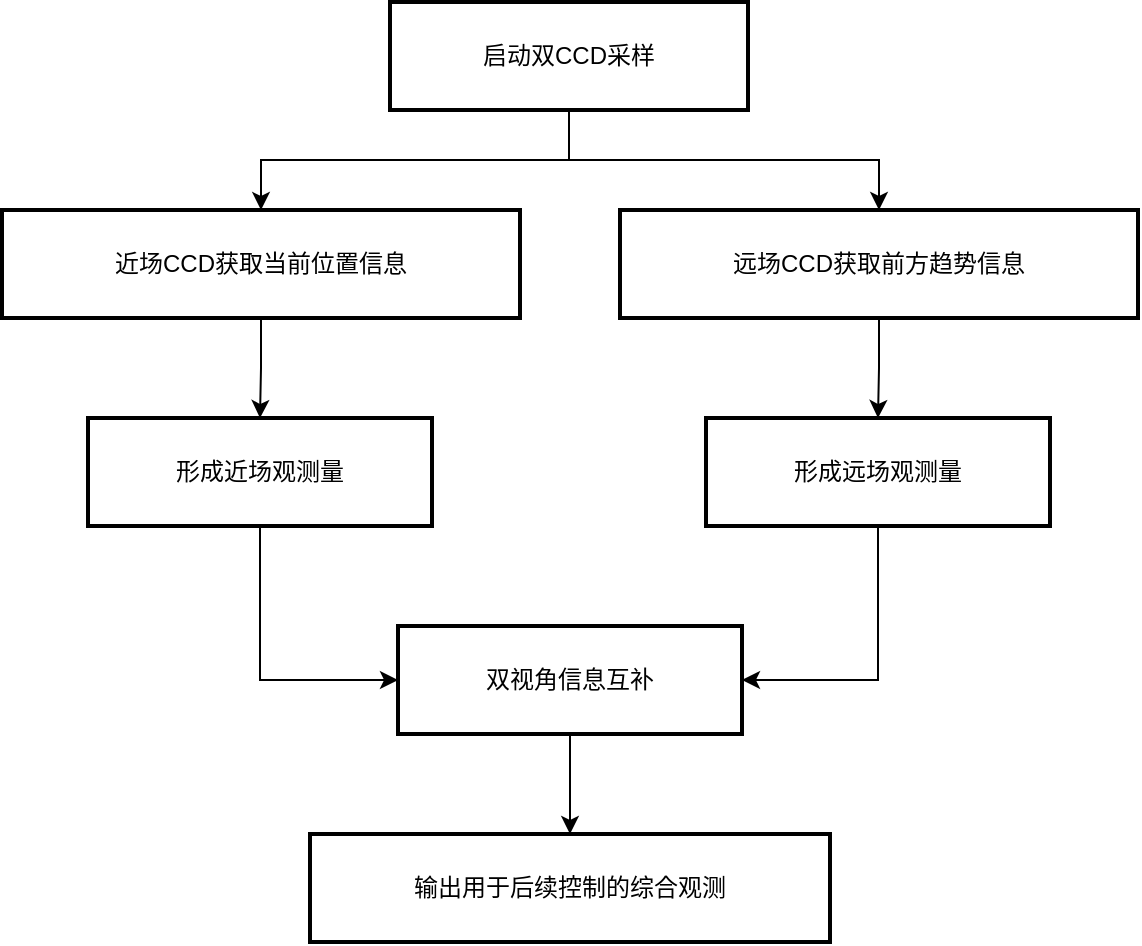
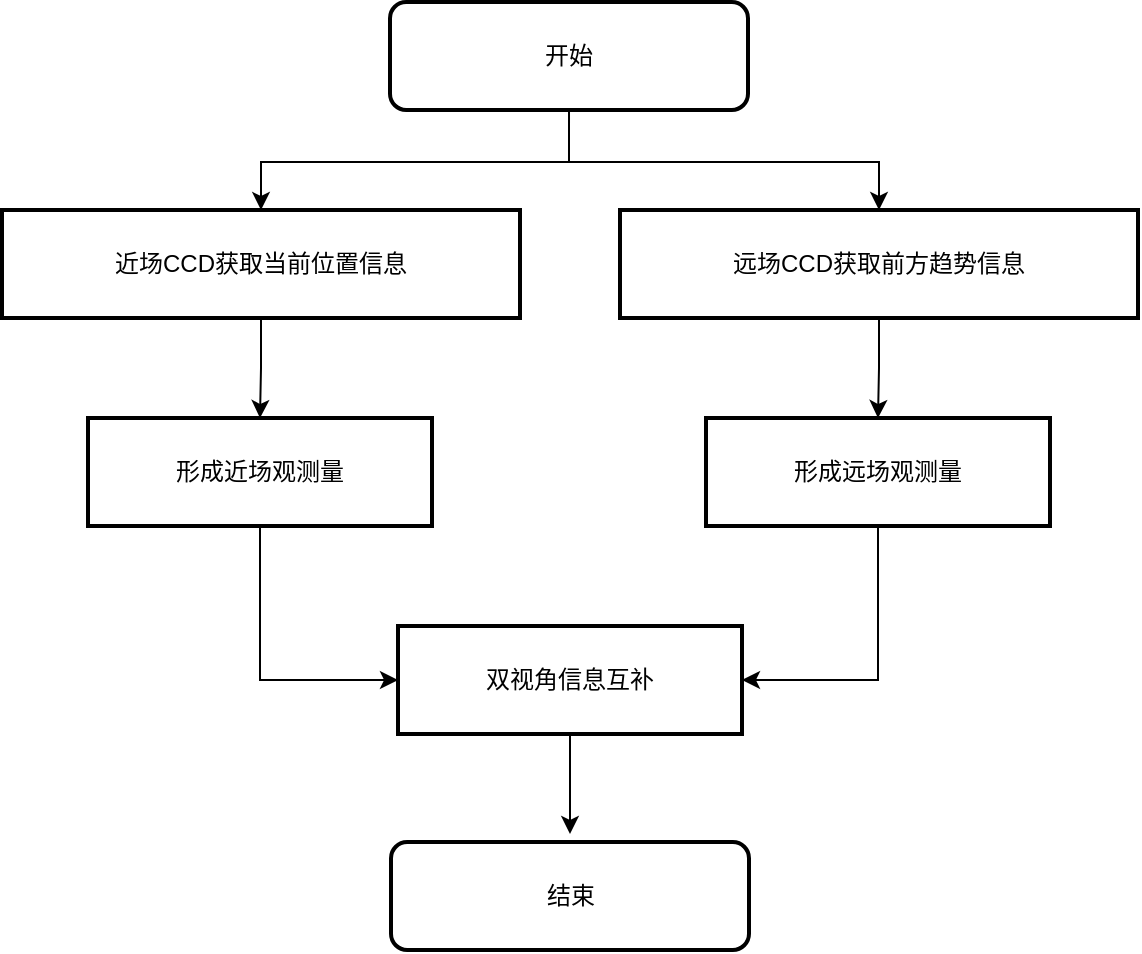
<mxfile host="app.diagrams.net">
  <diagram name="第 1 页" id="ZZROomGxAjZNVAIiVtHU">
-     <mxGraphModel dx="964" dy="557" grid="1" gridSize="10" guides="1" tooltips="1" connect="1" arrows="1" fold="1" page="1" pageScale="1" pageWidth="827" pageHeight="1169" math="0" shadow="0">
+     <mxGraphModel dx="673" dy="377" grid="1" gridSize="10" guides="1" tooltips="1" connect="1" arrows="1" fold="1" page="1" pageScale="1" pageWidth="827" pageHeight="1169" math="0" shadow="0">
      <root>
        <mxCell id="0" />
        <mxCell id="1" parent="0" />
-         <mxCell id="Fyv5tgcPW2UnVRiNs2Lm-20" edge="1" parent="1" source="Fyv5tgcPW2UnVRiNs2Lm-1" style="edgeStyle=orthogonalEdgeStyle;rounded=0;orthogonalLoop=1;jettySize=auto;html=1;entryX=0.5;entryY=0;entryDx=0;entryDy=0;" target="Fyv5tgcPW2UnVRiNs2Lm-2">
-           <mxGeometry relative="1" as="geometry" />
+         <mxCell id="Fyv5tgcPW2UnVRiNs2Lm-20" edge="1" parent="1" style="edgeStyle=orthogonalEdgeStyle;rounded=0;orthogonalLoop=1;jettySize=auto;html=1;entryX=0.5;entryY=0;entryDx=0;entryDy=0;" target="Fyv5tgcPW2UnVRiNs2Lm-2">
+           <mxGeometry relative="1" as="geometry">
+             <Array as="points">
+               <mxPoint x="304" y="100" />
+               <mxPoint x="150" y="100" />
+             </Array>
+             <mxPoint x="303.504" y="74" as="sourcePoint" />
+           </mxGeometry>
        </mxCell>
-         <mxCell id="Fyv5tgcPW2UnVRiNs2Lm-21" edge="1" parent="1" source="Fyv5tgcPW2UnVRiNs2Lm-1" style="edgeStyle=orthogonalEdgeStyle;rounded=0;orthogonalLoop=1;jettySize=auto;html=1;entryX=0.5;entryY=0;entryDx=0;entryDy=0;" target="Fyv5tgcPW2UnVRiNs2Lm-3">
-           <mxGeometry relative="1" as="geometry" />
-         </mxCell>
-         <mxCell id="Fyv5tgcPW2UnVRiNs2Lm-1" parent="1" style="whiteSpace=wrap;strokeWidth=2;fillColor=none;" value="启动双CCD采样" vertex="1">
-           <mxGeometry height="54" width="179" x="214" y="20" as="geometry" />
+         <mxCell id="Fyv5tgcPW2UnVRiNs2Lm-21" edge="1" parent="1" style="edgeStyle=orthogonalEdgeStyle;rounded=0;orthogonalLoop=1;jettySize=auto;html=1;entryX=0.5;entryY=0;entryDx=0;entryDy=0;" target="Fyv5tgcPW2UnVRiNs2Lm-3">
+           <mxGeometry relative="1" as="geometry">
+             <Array as="points">
+               <mxPoint x="304" y="100" />
+               <mxPoint x="459" y="100" />
+             </Array>
+             <mxPoint x="303.504" y="74" as="sourcePoint" />
+           </mxGeometry>
        </mxCell>
        <mxCell id="Fyv5tgcPW2UnVRiNs2Lm-15" edge="1" parent="1" source="Fyv5tgcPW2UnVRiNs2Lm-2" style="edgeStyle=orthogonalEdgeStyle;rounded=0;orthogonalLoop=1;jettySize=auto;html=1;" target="Fyv5tgcPW2UnVRiNs2Lm-4" value="">
          <mxGeometry relative="1" as="geometry" />
        </mxCell>
        <mxCell id="Fyv5tgcPW2UnVRiNs2Lm-2" parent="1" style="whiteSpace=wrap;strokeWidth=2;fillColor=none;" value="近场CCD获取当前位置信息" vertex="1">
          <mxGeometry height="54" width="259" x="20" y="124" as="geometry" />
        </mxCell>
        <mxCell id="Fyv5tgcPW2UnVRiNs2Lm-16" edge="1" parent="1" source="Fyv5tgcPW2UnVRiNs2Lm-3" style="edgeStyle=orthogonalEdgeStyle;rounded=0;orthogonalLoop=1;jettySize=auto;html=1;" target="Fyv5tgcPW2UnVRiNs2Lm-5" value="">
          <mxGeometry relative="1" as="geometry" />
        </mxCell>
        <mxCell id="Fyv5tgcPW2UnVRiNs2Lm-3" parent="1" style="whiteSpace=wrap;strokeWidth=2;fillColor=none;" value="远场CCD获取前方趋势信息" vertex="1">
          <mxGeometry height="54" width="259" x="329" y="124" as="geometry" />
        </mxCell>
        <mxCell id="Fyv5tgcPW2UnVRiNs2Lm-17" edge="1" parent="1" source="Fyv5tgcPW2UnVRiNs2Lm-4" style="edgeStyle=orthogonalEdgeStyle;rounded=0;orthogonalLoop=1;jettySize=auto;html=1;entryX=0;entryY=0.5;entryDx=0;entryDy=0;" target="Fyv5tgcPW2UnVRiNs2Lm-6">
          <mxGeometry relative="1" as="geometry" />
        </mxCell>
        <mxCell id="Fyv5tgcPW2UnVRiNs2Lm-4" parent="1" style="whiteSpace=wrap;strokeWidth=2;fillColor=none;" value="形成近场观测量" vertex="1">
          <mxGeometry height="54" width="172" x="63" y="228" as="geometry" />
        </mxCell>
        <mxCell id="Fyv5tgcPW2UnVRiNs2Lm-18" edge="1" parent="1" source="Fyv5tgcPW2UnVRiNs2Lm-5" style="edgeStyle=orthogonalEdgeStyle;rounded=0;orthogonalLoop=1;jettySize=auto;html=1;entryX=1;entryY=0.5;entryDx=0;entryDy=0;" target="Fyv5tgcPW2UnVRiNs2Lm-6">
          <mxGeometry relative="1" as="geometry" />
        </mxCell>
        <mxCell id="Fyv5tgcPW2UnVRiNs2Lm-5" parent="1" style="whiteSpace=wrap;strokeWidth=2;fillColor=none;" value="形成远场观测量" vertex="1">
          <mxGeometry height="54" width="172" x="372" y="228" as="geometry" />
        </mxCell>
-         <mxCell id="Fyv5tgcPW2UnVRiNs2Lm-19" edge="1" parent="1" source="Fyv5tgcPW2UnVRiNs2Lm-6" style="edgeStyle=orthogonalEdgeStyle;rounded=0;orthogonalLoop=1;jettySize=auto;html=1;" target="Fyv5tgcPW2UnVRiNs2Lm-7" value="">
-           <mxGeometry relative="1" as="geometry" />
+         <mxCell id="Fyv5tgcPW2UnVRiNs2Lm-19" edge="1" parent="1" source="Fyv5tgcPW2UnVRiNs2Lm-6" style="edgeStyle=orthogonalEdgeStyle;rounded=0;orthogonalLoop=1;jettySize=auto;html=1;" value="">
+           <mxGeometry relative="1" as="geometry">
+             <mxPoint x="304.0000000000001" y="436" as="targetPoint" />
+           </mxGeometry>
        </mxCell>
        <mxCell id="Fyv5tgcPW2UnVRiNs2Lm-6" parent="1" style="whiteSpace=wrap;strokeWidth=2;fillColor=none;" value="双视角信息互补" vertex="1">
          <mxGeometry height="54" width="172" x="218" y="332" as="geometry" />
        </mxCell>
-         <mxCell id="Fyv5tgcPW2UnVRiNs2Lm-7" parent="1" style="whiteSpace=wrap;strokeWidth=2;fillColor=none;" value="输出用于后续控制的综合观测" vertex="1">
-           <mxGeometry height="54" width="260" x="174" y="436" as="geometry" />
+         <mxCell id="TFlD17yZPAbWttH9sf_j-1" parent="1" style="rounded=1;whiteSpace=wrap;html=1;fillColor=none;strokeWidth=2;" value="开始" vertex="1">
+           <mxGeometry height="54" width="179" x="214" y="20" as="geometry" />
+         </mxCell>
+         <mxCell id="TFlD17yZPAbWttH9sf_j-2" parent="1" style="rounded=1;whiteSpace=wrap;html=1;fillColor=none;strokeWidth=2;" value="结束" vertex="1">
+           <mxGeometry height="54" width="179" x="214.5" y="440" as="geometry" />
        </mxCell>
      </root>
    </mxGraphModel>
  </diagram>
</mxfile>
